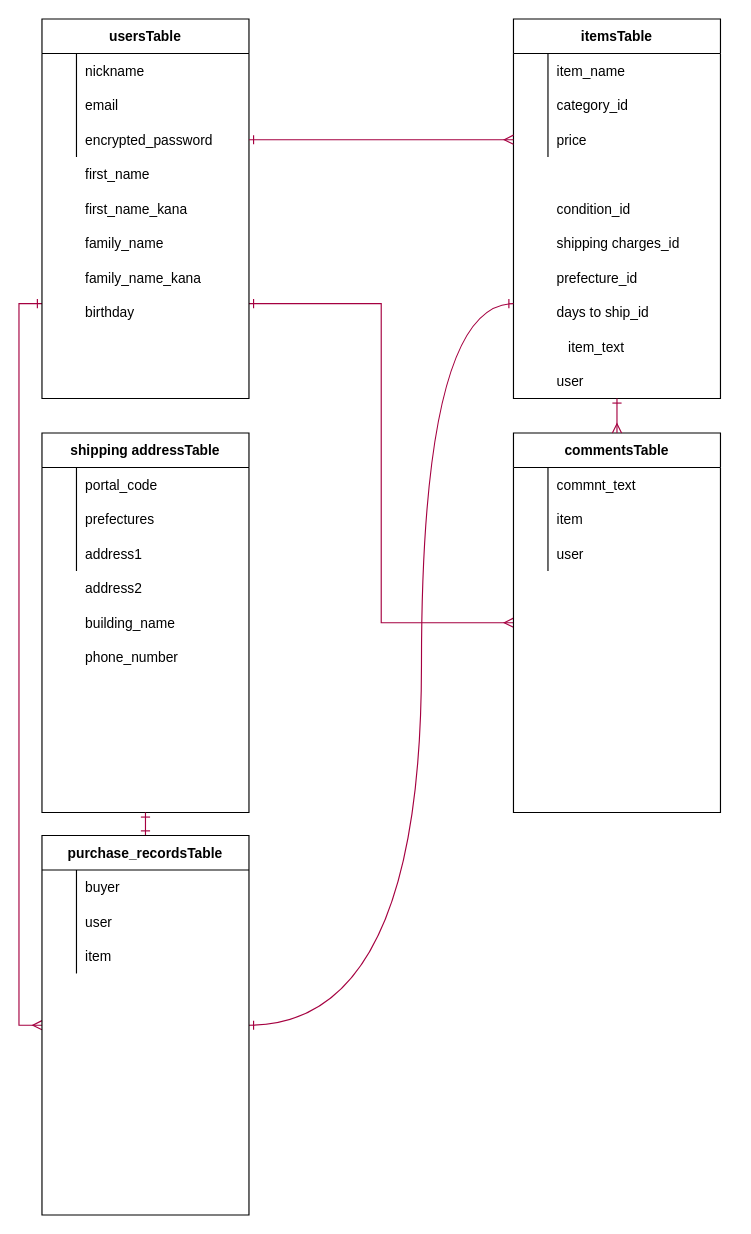
The draw.io diagram furima.dio in airatwn/furima-35426, before the edit. Source tidied: cells renumbered, new cells numbered last; positions are measured from the earlier drawing's top-left corner, leaving out a move shared by most shapes. Both pictures are drawn from the tidied source at 115%, with x=0, y=0 at pixel (41, 18).
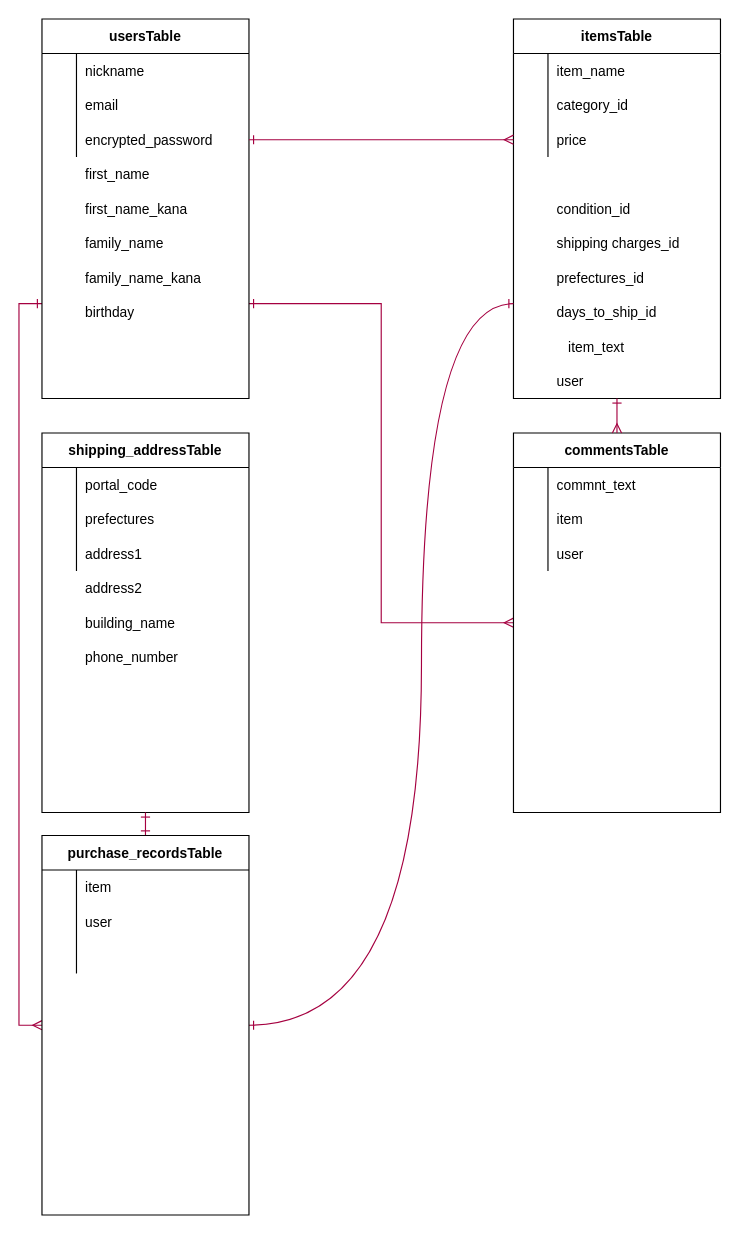
The same page after the edit.

Unchanged cells that the change refers to:
```xml
<mxCell id="17" style="group;" parent="1" vertex="1">
  <mxGeometry x="410" width="180" height="330" as="geometry" />
</mxCell>
<mxCell id="34" style="group;" parent="1" vertex="1">
  <mxGeometry y="360" width="180" height="330" as="geometry" />
</mxCell>
<mxCell id="64" style="shape=partialRectangle;fillColor=none;top=0;left=0;bottom=0;right=0;" parent="63" vertex="1">
  <mxGeometry y="30" width="180" height="30" as="geometry" />
</mxCell>
```

Change to the diagram source:
```diff
@@
-    <mxCell id="32" value="prefecture_id" style="shape=partialRectangle;fillColor=none;top=0;left=0;bottom=0;right=0;align=left;spacingLeft=6;overflow=hidden;" parent="17" vertex="1">
+    <mxCell id="32" value="prefectures_id" style="shape=partialRectangle;fillColor=none;top=0;left=0;bottom=0;right=0;align=left;spacingLeft=6;overflow=hidden;" parent="17" vertex="1">
       <mxGeometry x="30" y="210" width="150" height="30" as="geometry" />
     </mxCell>
-    <mxCell id="33" value="days to ship_id" style="shape=partialRectangle;fillColor=none;top=0;left=0;bottom=0;right=0;align=left;spacingLeft=6;overflow=hidden;" parent="17" vertex="1">
+    <mxCell id="33" value="days_to_ship_id" style="shape=partialRectangle;fillColor=none;top=0;left=0;bottom=0;right=0;align=left;spacingLeft=6;overflow=hidden;" parent="17" vertex="1">
       <mxGeometry x="30" y="240" width="150" height="30" as="geometry" />
     </mxCell>
@@
-    <mxCell id="35" value="shipping addressTable" style="shape=table;startSize=30;childLayout=tableLayout;rowLines=0;fontStyle=1;align=center;" parent="34" vertex="1">
+    <mxCell id="35" value="shipping_addressTable" style="shape=table;startSize=30;childLayout=tableLayout;rowLines=0;fontStyle=1;align=center;" parent="34" vertex="1">
       <mxGeometry width="180" height="330" as="geometry" />
     </mxCell>
@@
-    <mxCell id="66" value="buyer" style="shape=partialRectangle;fillColor=none;top=0;left=0;bottom=0;right=0;align=left;spacingLeft=6;overflow=hidden;" parent="64" vertex="1">
+    <mxCell id="66" style="shape=partialRectangle;fillColor=none;top=0;left=0;bottom=0;right=0;align=left;spacingLeft=6;overflow=hidden;" parent="64" vertex="1">
       <mxGeometry x="30" width="150" height="30" as="geometry" />
     </mxCell>
@@
     <mxCell id="74" value="item" style="shape=partialRectangle;fillColor=none;top=0;left=0;bottom=0;right=0;align=left;spacingLeft=6;overflow=hidden;" parent="1" vertex="1">
-      <mxGeometry x="30" y="800" width="150" height="30" as="geometry" />
+      <mxGeometry x="30" y="740" width="150" height="30" as="geometry" />
     </mxCell>
```
